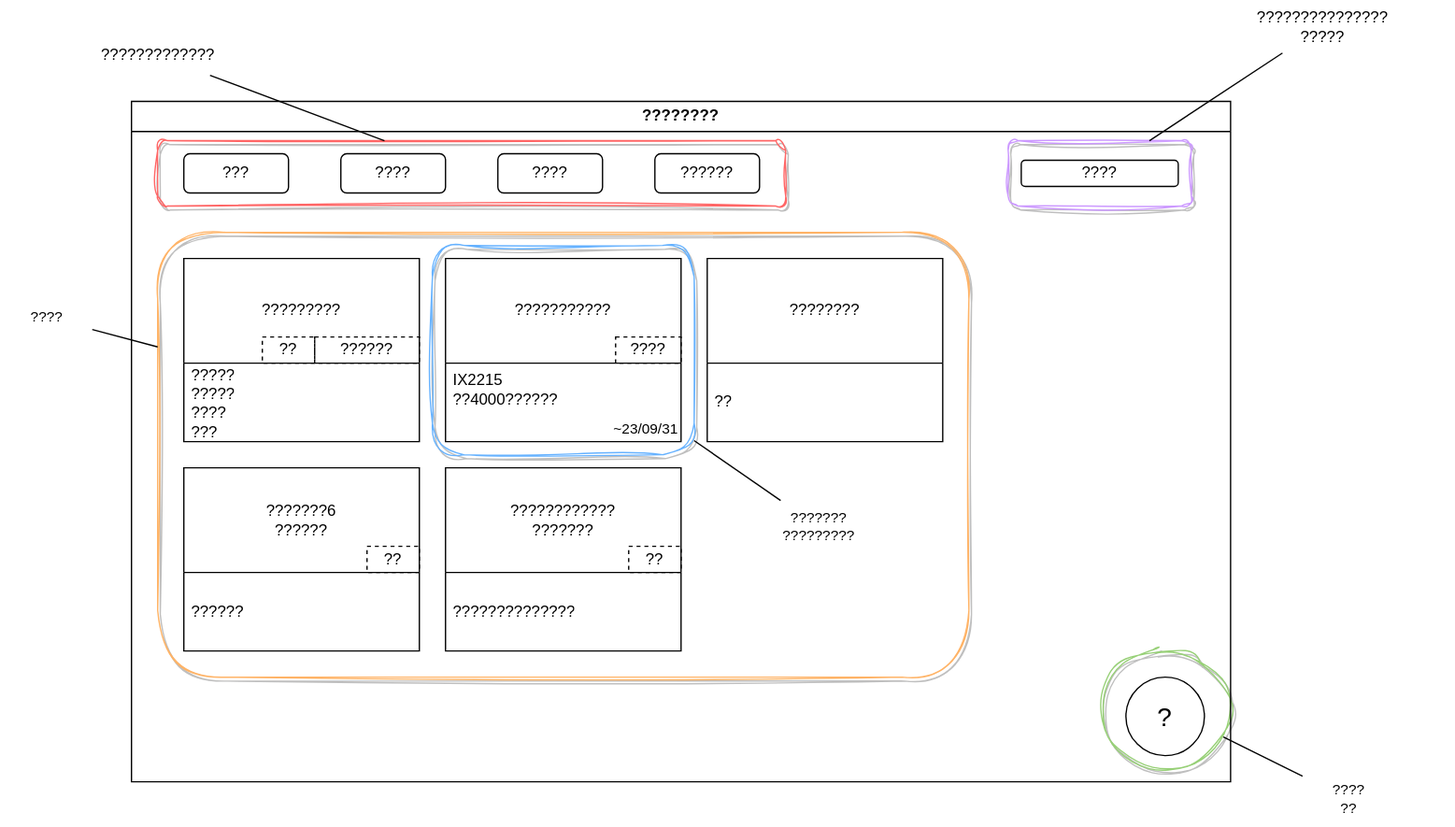
Above: 掲示板.drawio.svg in maimai-club/keijiban (draw.io), before the change. Source tidied: cells renumbered, new cells last; positions are measured from the earlier drawing's top-left corner, leaving out a move shared by most shapes.
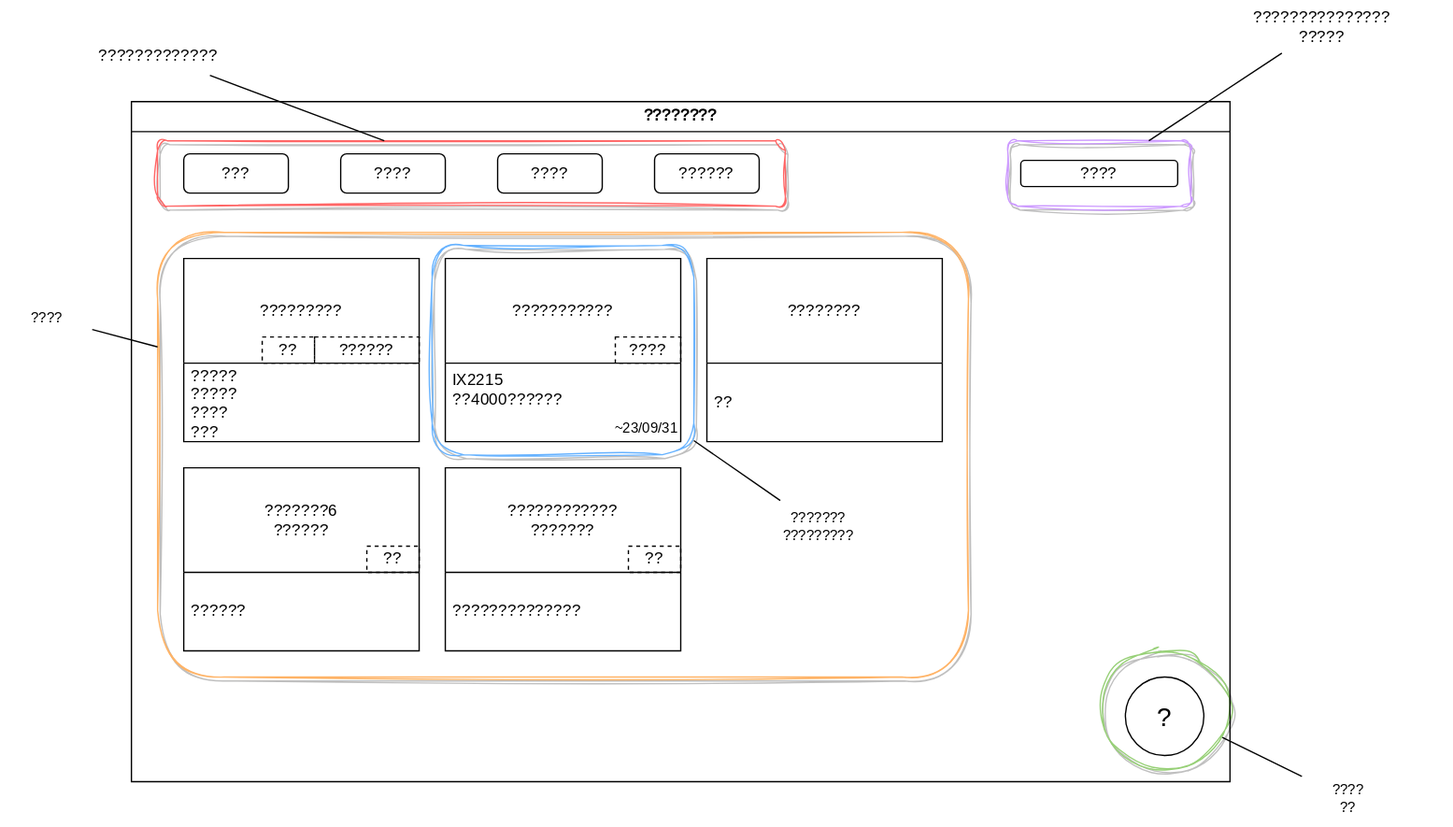
After the change.

What changed in the source:
```diff
@@ -4,114 +4,114 @@
     <mxCell id="1" parent="0" />
-    <mxCell id="2" style="rounded=1;whiteSpace=wrap;html=1;fillColor=none;sketch=1;curveFitting=1;jiggle=2;strokeColor=#FF6666;shadow=1;" parent="1" vertex="1">
+    <mxCell id="2" style="rounded=1;whiteSpace=wrap;html=1;fillColor=none;sketch=1;curveFitting=1;jiggle=2;strokeColor=#FF6666;shadow=1;fontFamily=Noto Sans JP;fontSource=https%3A%2F%2Ffonts.googleapis.com%2Fcss%3Ffamily%3DNoto%2BSans%2BJP;" parent="1" vertex="1">
       <mxGeometry x="120" y="107" width="480" height="50" as="geometry" />
     </mxCell>
-    <mxCell id="3" style="rounded=1;whiteSpace=wrap;html=1;fillColor=none;sketch=1;curveFitting=1;jiggle=2;strokeColor=#CC99FF;shadow=1;" parent="1" vertex="1">
+    <mxCell id="3" style="rounded=1;whiteSpace=wrap;html=1;fillColor=none;sketch=1;curveFitting=1;jiggle=2;strokeColor=#CC99FF;shadow=1;fontFamily=Noto Sans JP;fontSource=https%3A%2F%2Ffonts.googleapis.com%2Fcss%3Ffamily%3DNoto%2BSans%2BJP;" parent="1" vertex="1">
       <mxGeometry x="770" y="107" width="140" height="50" as="geometry" />
     </mxCell>
-    <mxCell id="4" style="ellipse;whiteSpace=wrap;html=1;fontFamily=Helvetica;fontSize=11;fontColor=default;fillColor=none;strokeColor=#97D077;sketch=1;curveFitting=1;jiggle=2;shadow=1;" parent="1" vertex="1">
+    <mxCell id="4" style="ellipse;whiteSpace=wrap;html=1;fontFamily=Noto Sans JP;fontSize=11;fontColor=default;fillColor=none;strokeColor=#97D077;sketch=1;curveFitting=1;jiggle=2;shadow=1;fontSource=https%3A%2F%2Ffonts.googleapis.com%2Fcss%3Ffamily%3DNoto%2BSans%2BJP;" parent="1" vertex="1">
       <mxGeometry x="840" y="497" width="100" height="90" as="geometry" />
     </mxCell>
-    <mxCell id="5" style="rounded=1;whiteSpace=wrap;html=1;fontFamily=Helvetica;fontSize=11;fontColor=default;sketch=1;curveFitting=1;jiggle=2;shadow=1;fillColor=none;strokeColor=#FFB366;" parent="1" vertex="1">
+    <mxCell id="5" style="rounded=1;whiteSpace=wrap;html=1;fontFamily=Noto Sans JP;fontSize=11;fontColor=default;sketch=1;curveFitting=1;jiggle=2;shadow=1;fillColor=none;strokeColor=#FFB366;fontSource=https%3A%2F%2Ffonts.googleapis.com%2Fcss%3Ffamily%3DNoto%2BSans%2BJP;" parent="1" vertex="1">
       <mxGeometry x="120" y="177" width="620" height="340" as="geometry" />
     </mxCell>
-    <mxCell id="6" style="rounded=1;whiteSpace=wrap;html=1;fontFamily=Helvetica;fontSize=11;fontColor=default;fillColor=none;strokeColor=#66B2FF;shadow=1;sketch=1;curveFitting=1;jiggle=2;" parent="1" vertex="1">
+    <mxCell id="6" style="rounded=1;whiteSpace=wrap;html=1;fontFamily=Noto Sans JP;fontSize=11;fontColor=default;fillColor=none;strokeColor=#66B2FF;shadow=1;sketch=1;curveFitting=1;jiggle=2;fontSource=https%3A%2F%2Ffonts.googleapis.com%2Fcss%3Ffamily%3DNoto%2BSans%2BJP;" parent="1" vertex="1">
       <mxGeometry x="330" y="187" width="200" height="160" as="geometry" />
     </mxCell>
-    <mxCell id="7" value="なんちゃら掲示板" style="swimlane;whiteSpace=wrap;html=1;" parent="1" vertex="1">
+    <mxCell id="7" value="なんちゃら掲示板" style="swimlane;whiteSpace=wrap;html=1;fontFamily=Noto Sans JP;fontSource=https%3A%2F%2Ffonts.googleapis.com%2Fcss%3Ffamily%3DNoto%2BSans%2BJP;" parent="1" vertex="1">
       <mxGeometry x="100" y="77" width="840" height="520" as="geometry" />
     </mxCell>
-    <mxCell id="8" value="すべて" style="rounded=1;whiteSpace=wrap;html=1;" parent="7" vertex="1">
+    <mxCell id="8" value="すべて" style="rounded=1;whiteSpace=wrap;html=1;fontFamily=Noto Sans JP;fontSource=https%3A%2F%2Ffonts.googleapis.com%2Fcss%3Ffamily%3DNoto%2BSans%2BJP;" parent="7" vertex="1">
       <mxGeometry x="40" y="40" width="80" height="30" as="geometry" />
     </mxCell>
-    <mxCell id="9" value="連絡事項" style="rounded=1;whiteSpace=wrap;html=1;" parent="7" vertex="1">
+    <mxCell id="9" value="連絡事項" style="rounded=1;whiteSpace=wrap;html=1;fontFamily=Noto Sans JP;fontSource=https%3A%2F%2Ffonts.googleapis.com%2Fcss%3Ffamily%3DNoto%2BSans%2BJP;" parent="7" vertex="1">
       <mxGeometry x="160" y="40" width="80" height="30" as="geometry" />
     </mxCell>
-    <mxCell id="10" value="フォロー中▼" style="rounded=1;whiteSpace=wrap;html=1;" parent="7" vertex="1">
+    <mxCell id="10" value="フォロー中▼" style="rounded=1;whiteSpace=wrap;html=1;fontFamily=Noto Sans JP;fontSource=https%3A%2F%2Ffonts.googleapis.com%2Fcss%3Ffamily%3DNoto%2BSans%2BJP;" parent="7" vertex="1">
       <mxGeometry x="400" y="40" width="80" height="30" as="geometry" />
     </mxCell>
-    <mxCell id="11" value="いろいろ" style="rounded=1;whiteSpace=wrap;html=1;" parent="7" vertex="1">
+    <mxCell id="11" value="いろいろ" style="rounded=1;whiteSpace=wrap;html=1;fontFamily=Noto Sans JP;fontSource=https%3A%2F%2Ffonts.googleapis.com%2Fcss%3Ffamily%3DNoto%2BSans%2BJP;" parent="7" vertex="1">
       <mxGeometry x="280" y="40" width="80" height="30" as="geometry" />
     </mxCell>
-    <mxCell id="12" value="検索🔍" style="rounded=1;whiteSpace=wrap;html=1;align=center;" parent="7" vertex="1">
+    <mxCell id="12" value="検索🔍" style="rounded=1;whiteSpace=wrap;html=1;align=center;fontFamily=Noto Sans JP;fontSource=https%3A%2F%2Ffonts.googleapis.com%2Fcss%3Ffamily%3DNoto%2BSans%2BJP;" parent="7" vertex="1">
       <mxGeometry x="680" y="45" width="120" height="20" as="geometry" />
     </mxCell>
-    <mxCell id="13" value="ボランティア募集！" style="swimlane;fontStyle=0;horizontal=1;startSize=80;whiteSpace=wrap;html=1;" parent="7" vertex="1">
+    <mxCell id="13" value="ボランティア募集！" style="swimlane;fontStyle=0;horizontal=1;startSize=80;whiteSpace=wrap;html=1;fontFamily=Noto Sans JP;fontSource=https%3A%2F%2Ffonts.googleapis.com%2Fcss%3Ffamily%3DNoto%2BSans%2BJP;" parent="7" vertex="1">
       <mxGeometry x="40" y="120" width="180" height="140" as="geometry" />
     </mxCell>
-    <mxCell id="14" value="海岸の清掃&lt;br&gt;・いついつ&lt;br&gt;・どこで&lt;br&gt;・何人" style="text;strokeColor=none;fillColor=none;align=left;verticalAlign=middle;spacingLeft=4;spacingRight=4;overflow=hidden;whiteSpace=wrap;html=1;" parent="13" vertex="1">
+    <mxCell id="14" value="海岸の清掃&lt;br&gt;・いついつ&lt;br&gt;・どこで&lt;br&gt;・何人" style="text;strokeColor=none;fillColor=none;align=left;verticalAlign=middle;spacingLeft=4;spacingRight=4;overflow=hidden;whiteSpace=wrap;html=1;fontFamily=Noto Sans JP;fontSource=https%3A%2F%2Ffonts.googleapis.com%2Fcss%3Ffamily%3DNoto%2BSans%2BJP;" parent="13" vertex="1">
       <mxGeometry y="80" width="180" height="60" as="geometry" />
     </mxCell>
-    <mxCell id="15" value="ルーター買ってください" style="swimlane;fontStyle=0;horizontal=1;startSize=80;whiteSpace=wrap;html=1;" parent="7" vertex="1">
+    <mxCell id="15" value="ルーター買ってください" style="swimlane;fontStyle=0;horizontal=1;startSize=80;whiteSpace=wrap;html=1;fontFamily=Noto Sans JP;fontSource=https%3A%2F%2Ffonts.googleapis.com%2Fcss%3Ffamily%3DNoto%2BSans%2BJP;" parent="7" vertex="1">
       <mxGeometry x="240" y="120" width="180" height="140" as="geometry" />
     </mxCell>
-    <mxCell id="16" value="IX2215&lt;br&gt;１つ4000円（送料別）" style="text;strokeColor=none;fillColor=none;align=left;verticalAlign=middle;spacingLeft=4;spacingRight=4;overflow=hidden;whiteSpace=wrap;html=1;" parent="15" vertex="1">
+    <mxCell id="16" value="IX2215&lt;br&gt;１つ4000円（送料別）" style="text;strokeColor=none;fillColor=none;align=left;verticalAlign=middle;spacingLeft=4;spacingRight=4;overflow=hidden;whiteSpace=wrap;html=1;fontFamily=Noto Sans JP;fontSource=https%3A%2F%2Ffonts.googleapis.com%2Fcss%3Ffamily%3DNoto%2BSans%2BJP;" parent="15" vertex="1">
       <mxGeometry y="80" width="180" height="40" as="geometry" />
     </mxCell>
-    <mxCell id="17" value="~23/09/31" style="text;html=1;strokeColor=none;fillColor=none;align=right;verticalAlign=middle;whiteSpace=wrap;rounded=0;fontSize=11;fontFamily=Helvetica;fontColor=default;" parent="15" vertex="1">
+    <mxCell id="17" value="~23/09/31" style="text;html=1;strokeColor=none;fillColor=none;align=right;verticalAlign=middle;whiteSpace=wrap;rounded=0;fontSize=11;fontFamily=Noto Sans JP;fontColor=default;fontSource=https%3A%2F%2Ffonts.googleapis.com%2Fcss%3Ffamily%3DNoto%2BSans%2BJP;" parent="15" vertex="1">
       <mxGeometry y="120" width="180" height="20" as="geometry" />
     </mxCell>
-    <mxCell id="18" value="犬が生まれました" style="swimlane;fontStyle=0;horizontal=1;startSize=80;whiteSpace=wrap;html=1;" parent="7" vertex="1">
+    <mxCell id="18" value="犬が生まれました" style="swimlane;fontStyle=0;horizontal=1;startSize=80;whiteSpace=wrap;html=1;fontFamily=Noto Sans JP;fontSource=https%3A%2F%2Ffonts.googleapis.com%2Fcss%3Ffamily%3DNoto%2BSans%2BJP;" parent="7" vertex="1">
       <mxGeometry x="440" y="120" width="180" height="140" as="geometry" />
     </mxCell>
-    <mxCell id="19" value="写真" style="text;strokeColor=none;fillColor=none;align=left;verticalAlign=middle;spacingLeft=4;spacingRight=4;overflow=hidden;whiteSpace=wrap;html=1;" parent="18" vertex="1">
+    <mxCell id="19" value="写真" style="text;strokeColor=none;fillColor=none;align=left;verticalAlign=middle;spacingLeft=4;spacingRight=4;overflow=hidden;whiteSpace=wrap;html=1;fontFamily=Noto Sans JP;fontSource=https%3A%2F%2Ffonts.googleapis.com%2Fcss%3Ffamily%3DNoto%2BSans%2BJP;" parent="18" vertex="1">
       <mxGeometry y="80" width="180" height="60" as="geometry" />
     </mxCell>
-    <mxCell id="20" value="&lt;font style=&quot;font-size: 20px;&quot;&gt;＋&lt;/font&gt;" style="ellipse;whiteSpace=wrap;html=1;" parent="7" vertex="1">
+    <mxCell id="20" value="&lt;font style=&quot;font-size: 20px;&quot;&gt;＋&lt;/font&gt;" style="ellipse;whiteSpace=wrap;html=1;fontFamily=Noto Sans JP;fontSource=https%3A%2F%2Ffonts.googleapis.com%2Fcss%3Ffamily%3DNoto%2BSans%2BJP;" parent="7" vertex="1">
       <mxGeometry x="760" y="440" width="60" height="60" as="geometry" />
     </mxCell>
-    <mxCell id="21" value="ボランティア" style="text;html=1;strokeColor=default;fillColor=none;align=center;verticalAlign=middle;whiteSpace=wrap;rounded=0;dashed=1;" parent="7" vertex="1">
+    <mxCell id="21" value="ボランティア" style="text;html=1;strokeColor=default;fillColor=none;align=center;verticalAlign=middle;whiteSpace=wrap;rounded=0;dashed=1;fontFamily=Noto Sans JP;fontSource=https%3A%2F%2Ffonts.googleapis.com%2Fcss%3Ffamily%3DNoto%2BSans%2BJP;" parent="7" vertex="1">
       <mxGeometry x="140" y="180" width="80" height="20" as="geometry" />
     </mxCell>
-    <mxCell id="22" value="公募" style="text;html=1;strokeColor=default;fillColor=none;align=center;verticalAlign=middle;whiteSpace=wrap;rounded=0;dashed=1;" parent="7" vertex="1">
+    <mxCell id="22" value="公募" style="text;html=1;strokeColor=default;fillColor=none;align=center;verticalAlign=middle;whiteSpace=wrap;rounded=0;dashed=1;fontFamily=Noto Sans JP;fontSource=https%3A%2F%2Ffonts.googleapis.com%2Fcss%3Ffamily%3DNoto%2BSans%2BJP;" parent="7" vertex="1">
       <mxGeometry x="100" y="180" width="40" height="20" as="geometry" />
     </mxCell>
-    <mxCell id="23" value="物々交換" style="text;html=1;strokeColor=default;fillColor=none;align=center;verticalAlign=middle;whiteSpace=wrap;rounded=0;dashed=1;" parent="7" vertex="1">
+    <mxCell id="23" value="物々交換" style="text;html=1;strokeColor=default;fillColor=none;align=center;verticalAlign=middle;whiteSpace=wrap;rounded=0;dashed=1;fontFamily=Noto Sans JP;fontSource=https%3A%2F%2Ffonts.googleapis.com%2Fcss%3Ffamily%3DNoto%2BSans%2BJP;" parent="7" vertex="1">
       <mxGeometry x="370" y="180" width="50" height="20" as="geometry" />
     </mxCell>
-    <mxCell id="24" value="アーマードコア6&lt;br&gt;やりましょう" style="swimlane;fontStyle=0;horizontal=1;startSize=80;whiteSpace=wrap;html=1;" parent="7" vertex="1">
+    <mxCell id="24" value="アーマードコア6&lt;br&gt;やりましょう" style="swimlane;fontStyle=0;horizontal=1;startSize=80;whiteSpace=wrap;html=1;fontFamily=Noto Sans JP;fontSource=https%3A%2F%2Ffonts.googleapis.com%2Fcss%3Ffamily%3DNoto%2BSans%2BJP;" parent="7" vertex="1">
       <mxGeometry x="40" y="280" width="180" height="140" as="geometry" />
     </mxCell>
-    <mxCell id="25" value="闘争を求める" style="text;strokeColor=none;fillColor=none;align=left;verticalAlign=middle;spacingLeft=4;spacingRight=4;overflow=hidden;whiteSpace=wrap;html=1;" parent="24" vertex="1">
+    <mxCell id="25" value="闘争を求める" style="text;strokeColor=none;fillColor=none;align=left;verticalAlign=middle;spacingLeft=4;spacingRight=4;overflow=hidden;whiteSpace=wrap;html=1;fontFamily=Noto Sans JP;fontSource=https%3A%2F%2Ffonts.googleapis.com%2Fcss%3Ffamily%3DNoto%2BSans%2BJP;" parent="24" vertex="1">
       <mxGeometry y="80" width="180" height="60" as="geometry" />
     </mxCell>
-    <mxCell id="26" value="募集" style="text;html=1;strokeColor=default;fillColor=none;align=center;verticalAlign=middle;whiteSpace=wrap;rounded=0;dashed=1;" parent="7" vertex="1">
+    <mxCell id="26" value="募集" style="text;html=1;strokeColor=default;fillColor=none;align=center;verticalAlign=middle;whiteSpace=wrap;rounded=0;dashed=1;fontFamily=Noto Sans JP;fontSource=https%3A%2F%2Ffonts.googleapis.com%2Fcss%3Ffamily%3DNoto%2BSans%2BJP;" parent="7" vertex="1">
       <mxGeometry x="180" y="340" width="40" height="20" as="geometry" />
     </mxCell>
-    <mxCell id="27" value="あなたのネットワーク構成&lt;br&gt;見せてください" style="swimlane;fontStyle=0;horizontal=1;startSize=80;whiteSpace=wrap;html=1;" parent="7" vertex="1">
+    <mxCell id="27" value="あなたのネットワーク構成&lt;br&gt;見せてください" style="swimlane;fontStyle=0;horizontal=1;startSize=80;whiteSpace=wrap;html=1;fontFamily=Noto Sans JP;fontSource=https%3A%2F%2Ffonts.googleapis.com%2Fcss%3Ffamily%3DNoto%2BSans%2BJP;" parent="7" vertex="1">
       <mxGeometry x="240" y="280" width="180" height="140" as="geometry" />
     </mxCell>
-    <mxCell id="28" value="逸般の誤家庭さんいらっしゃい" style="text;strokeColor=none;fillColor=none;align=left;verticalAlign=middle;spacingLeft=4;spacingRight=4;overflow=hidden;whiteSpace=wrap;html=1;" parent="27" vertex="1">
+    <mxCell id="28" value="逸般の誤家庭さんいらっしゃい" style="text;strokeColor=none;fillColor=none;align=left;verticalAlign=middle;spacingLeft=4;spacingRight=4;overflow=hidden;whiteSpace=wrap;html=1;fontFamily=Noto Sans JP;fontSource=https%3A%2F%2Ffonts.googleapis.com%2Fcss%3Ffamily%3DNoto%2BSans%2BJP;" parent="27" vertex="1">
       <mxGeometry y="80" width="180" height="60" as="geometry" />
     </mxCell>
-    <mxCell id="29" value="募集" style="text;html=1;strokeColor=default;fillColor=none;align=center;verticalAlign=middle;whiteSpace=wrap;rounded=0;dashed=1;" parent="7" vertex="1">
+    <mxCell id="29" value="募集" style="text;html=1;strokeColor=default;fillColor=none;align=center;verticalAlign=middle;whiteSpace=wrap;rounded=0;dashed=1;fontFamily=Noto Sans JP;fontSource=https%3A%2F%2Ffonts.googleapis.com%2Fcss%3Ffamily%3DNoto%2BSans%2BJP;" parent="7" vertex="1">
       <mxGeometry x="380" y="340" width="40" height="20" as="geometry" />
     </mxCell>
-    <mxCell id="30" style="rounded=0;jettySize=auto;html=1;endArrow=none;endFill=0;" parent="1" edge="1" source="31" target="2">
+    <mxCell id="30" style="rounded=0;jettySize=auto;html=1;endArrow=none;endFill=0;fontFamily=Noto Sans JP;fontSource=https%3A%2F%2Ffonts.googleapis.com%2Fcss%3Ffamily%3DNoto%2BSans%2BJP;" parent="1" edge="1" source="31" target="2">
       <mxGeometry relative="1" as="geometry" />
     </mxCell>
-    <mxCell id="31" value="タグでフィルタリングできる" style="text;html=1;align=center;verticalAlign=middle;points=[];strokeColor=none;fillColor=none;" parent="1" vertex="1">
+    <mxCell id="31" value="タグでフィルタリングできる" style="text;html=1;align=center;verticalAlign=middle;points=[];strokeColor=none;fillColor=none;fontFamily=Noto Sans JP;fontSource=https%3A%2F%2Ffonts.googleapis.com%2Fcss%3Ffamily%3DNoto%2BSans%2BJP;" parent="1" vertex="1">
       <mxGeometry x="30" y="27" width="180" height="30" as="geometry" />
     </mxCell>
-    <mxCell id="32" style="rounded=0;jettySize=auto;html=1;endArrow=none;endFill=0;" parent="1" edge="1" source="33" target="3">
+    <mxCell id="32" style="rounded=0;jettySize=auto;html=1;endArrow=none;endFill=0;fontFamily=Noto Sans JP;fontSource=https%3A%2F%2Ffonts.googleapis.com%2Fcss%3Ffamily%3DNoto%2BSans%2BJP;" parent="1" edge="1" source="33" target="3">
       <mxGeometry relative="1" as="geometry" />
     </mxCell>
-    <mxCell id="33" value="投稿者・タイトル・内容・タグで&lt;br&gt;検索できる" style="text;html=1;align=center;verticalAlign=middle;points=[];strokeColor=none;fillColor=none;" parent="1" vertex="1">
+    <mxCell id="33" value="投稿者・タイトル・内容・タグで&lt;br&gt;検索できる" style="text;html=1;align=center;verticalAlign=middle;points=[];strokeColor=none;fillColor=none;fontFamily=Noto Sans JP;fontSource=https%3A%2F%2Ffonts.googleapis.com%2Fcss%3Ffamily%3DNoto%2BSans%2BJP;" parent="1" vertex="1">
       <mxGeometry x="910" width="200" height="40" as="geometry" />
     </mxCell>
-    <mxCell id="34" style="edgeStyle=none;shape=connector;rounded=0;jettySize=auto;html=1;labelBackgroundColor=default;strokeColor=default;fontFamily=Helvetica;fontSize=11;fontColor=default;endArrow=none;endFill=0;" parent="1" edge="1" source="35" target="4">
+    <mxCell id="34" style="edgeStyle=none;shape=connector;rounded=0;jettySize=auto;html=1;labelBackgroundColor=default;strokeColor=default;fontFamily=Noto Sans JP;fontSize=11;fontColor=default;endArrow=none;endFill=0;fontSource=https%3A%2F%2Ffonts.googleapis.com%2Fcss%3Ffamily%3DNoto%2BSans%2BJP;" parent="1" edge="1" source="35" target="4">
       <mxGeometry relative="1" as="geometry" />
     </mxCell>
-    <mxCell id="35" value="掲示板に&lt;br&gt;投稿" style="text;html=1;align=center;verticalAlign=middle;points=[];strokeColor=none;fillColor=none;fontSize=11;fontFamily=Helvetica;fontColor=default;" parent="1" vertex="1">
+    <mxCell id="35" value="掲示板に&lt;br&gt;投稿" style="text;html=1;align=center;verticalAlign=middle;points=[];strokeColor=none;fillColor=none;fontSize=11;fontFamily=Noto Sans JP;fontColor=default;fontSource=https%3A%2F%2Ffonts.googleapis.com%2Fcss%3Ffamily%3DNoto%2BSans%2BJP;" parent="1" vertex="1">
       <mxGeometry x="995" y="590" width="70" height="40" as="geometry" />
     </mxCell>
-    <mxCell id="36" style="edgeStyle=none;shape=connector;rounded=0;jettySize=auto;html=1;labelBackgroundColor=default;strokeColor=default;fontFamily=Helvetica;fontSize=11;fontColor=default;endArrow=none;endFill=0;" parent="1" edge="1" source="37" target="5">
+    <mxCell id="36" style="edgeStyle=none;shape=connector;rounded=0;jettySize=auto;html=1;labelBackgroundColor=default;strokeColor=default;fontFamily=Noto Sans JP;fontSize=11;fontColor=default;endArrow=none;endFill=0;fontSource=https%3A%2F%2Ffonts.googleapis.com%2Fcss%3Ffamily%3DNoto%2BSans%2BJP;" parent="1" edge="1" source="37" target="5">
       <mxGeometry relative="1" as="geometry" />
     </mxCell>
-    <mxCell id="37" value="投稿一覧" style="text;html=1;align=center;verticalAlign=middle;points=[];strokeColor=none;fillColor=none;fontSize=11;fontFamily=Helvetica;fontColor=default;" parent="1" vertex="1">
+    <mxCell id="37" value="投稿一覧" style="text;html=1;align=center;verticalAlign=middle;points=[];strokeColor=none;fillColor=none;fontSize=11;fontFamily=Noto Sans JP;fontColor=default;fontSource=https%3A%2F%2Ffonts.googleapis.com%2Fcss%3Ffamily%3DNoto%2BSans%2BJP;" parent="1" vertex="1">
       <mxGeometry y="227" width="70" height="30" as="geometry" />
     </mxCell>
-    <mxCell id="38" style="edgeStyle=none;shape=connector;rounded=0;jettySize=auto;html=1;labelBackgroundColor=default;strokeColor=default;fontFamily=Helvetica;fontSize=11;fontColor=default;endArrow=none;endFill=0;" parent="1" edge="1" source="39" target="6">
+    <mxCell id="38" style="edgeStyle=none;shape=connector;rounded=0;jettySize=auto;html=1;labelBackgroundColor=default;strokeColor=default;fontFamily=Noto Sans JP;fontSize=11;fontColor=default;endArrow=none;endFill=0;fontSource=https%3A%2F%2Ffonts.googleapis.com%2Fcss%3Ffamily%3DNoto%2BSans%2BJP;" parent="1" edge="1" source="39" target="6">
       <mxGeometry relative="1" as="geometry" />
     </mxCell>
-    <mxCell id="39" value="期限を過ぎると&lt;br&gt;自動で非公開になる" style="text;html=1;align=center;verticalAlign=middle;points=[];strokeColor=none;fillColor=none;fontSize=11;fontFamily=Helvetica;fontColor=default;" parent="1" vertex="1">
+    <mxCell id="39" value="期限を過ぎると&lt;br&gt;自動で非公開になる" style="text;html=1;align=center;verticalAlign=middle;points=[];strokeColor=none;fillColor=none;fontSize=11;fontFamily=Noto Sans JP;fontColor=default;fontSource=https%3A%2F%2Ffonts.googleapis.com%2Fcss%3Ffamily%3DNoto%2BSans%2BJP;" parent="1" vertex="1">
       <mxGeometry x="565" y="382" width="120" height="40" as="geometry" />
```
